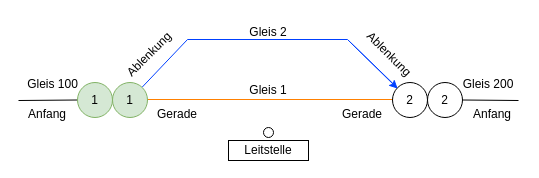
Before: graph_db/Doubl_Vertex_Theoretical.drawio in pascalreiss/draw_io_stuff, a draw.io diagram. Source tidied: cells renumbered, new cells numbered last; positions are measured from the earlier drawing's top-left corner, leaving out a move shared by most shapes. Both pictures are drawn from the tidied source at 100%, with x=0, y=0 at pixel (17, 17).
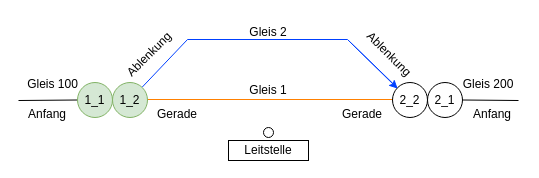
The same page after the edit.

Change to the diagram source:
```diff
@@
-    <mxCell id="6" value="1" style="ellipse;whiteSpace=wrap;html=1;fillColor=#d5e8d4;strokeColor=#82b366;" parent="1" vertex="1">
+    <mxCell id="6" value="1_2" style="ellipse;whiteSpace=wrap;html=1;fillColor=#d5e8d4;strokeColor=#82b366;" parent="1" vertex="1">
       <mxGeometry x="95" y="65" width="35" height="35" as="geometry" />
     </mxCell>
-    <mxCell id="7" value="2" style="ellipse;whiteSpace=wrap;html=1;" parent="1" vertex="1">
+    <mxCell id="7" value="2_2" style="ellipse;whiteSpace=wrap;html=1;" parent="1" vertex="1">
       <mxGeometry x="375" y="65" width="35" height="35" as="geometry" />
     </mxCell>
@@
-    <mxCell id="13" value="1" style="ellipse;whiteSpace=wrap;html=1;fillColor=#d5e8d4;strokeColor=#82b366;" parent="1" vertex="1">
+    <mxCell id="13" value="1_1" style="ellipse;whiteSpace=wrap;html=1;fillColor=#d5e8d4;strokeColor=#82b366;" parent="1" vertex="1">
       <mxGeometry x="60" y="65" width="35" height="35" as="geometry" />
     </mxCell>
-    <mxCell id="14" value="2" style="ellipse;whiteSpace=wrap;html=1;" parent="1" vertex="1">
+    <mxCell id="14" value="2_1" style="ellipse;whiteSpace=wrap;html=1;" parent="1" vertex="1">
       <mxGeometry x="410" y="65" width="35" height="35" as="geometry" />
     </mxCell>
```
